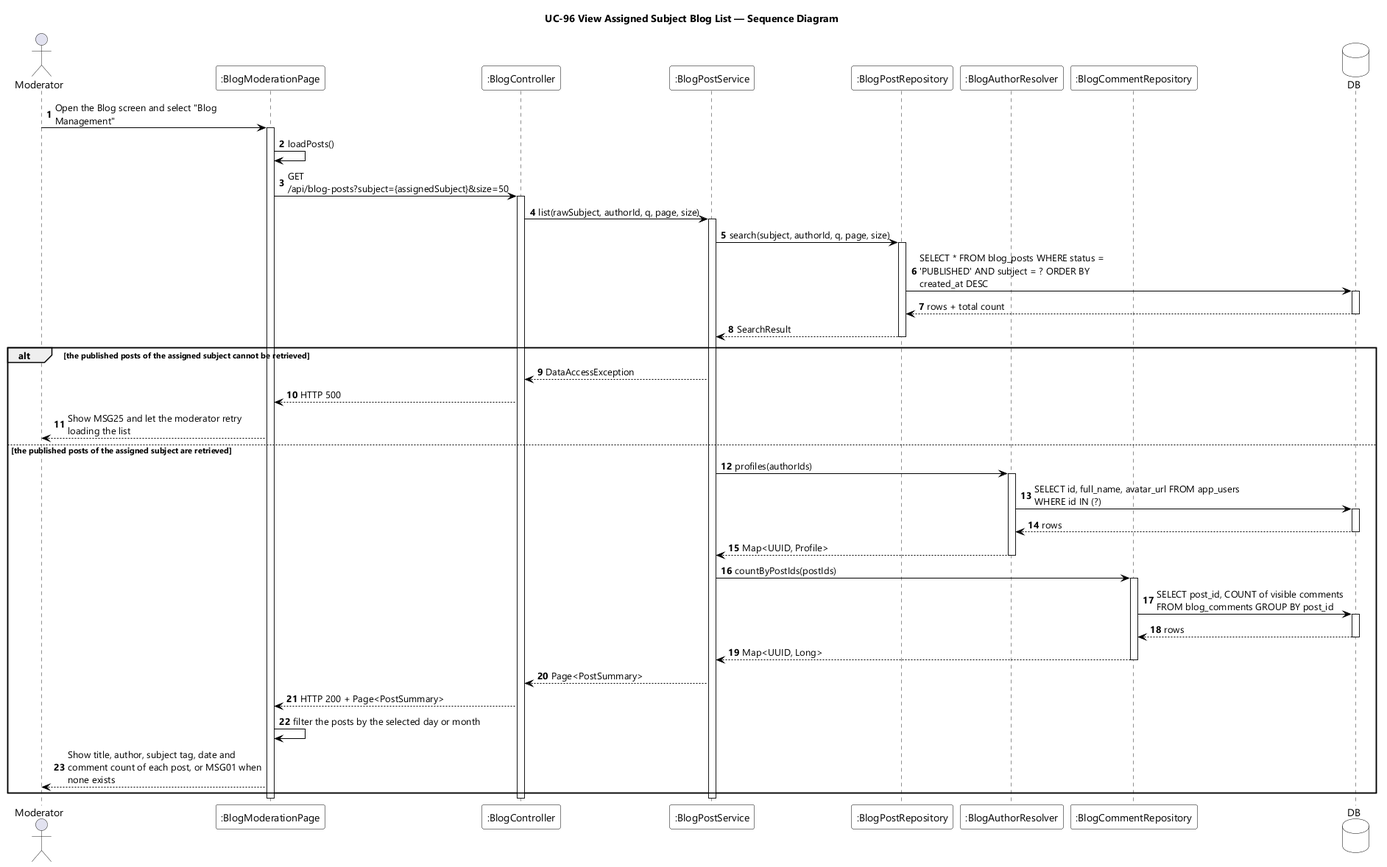
This is designs/sds-diagrams/uc96/uc96-sequence-diagram.png from EduA-system/EduA-system, a PlantUML export, as it was before one commit.
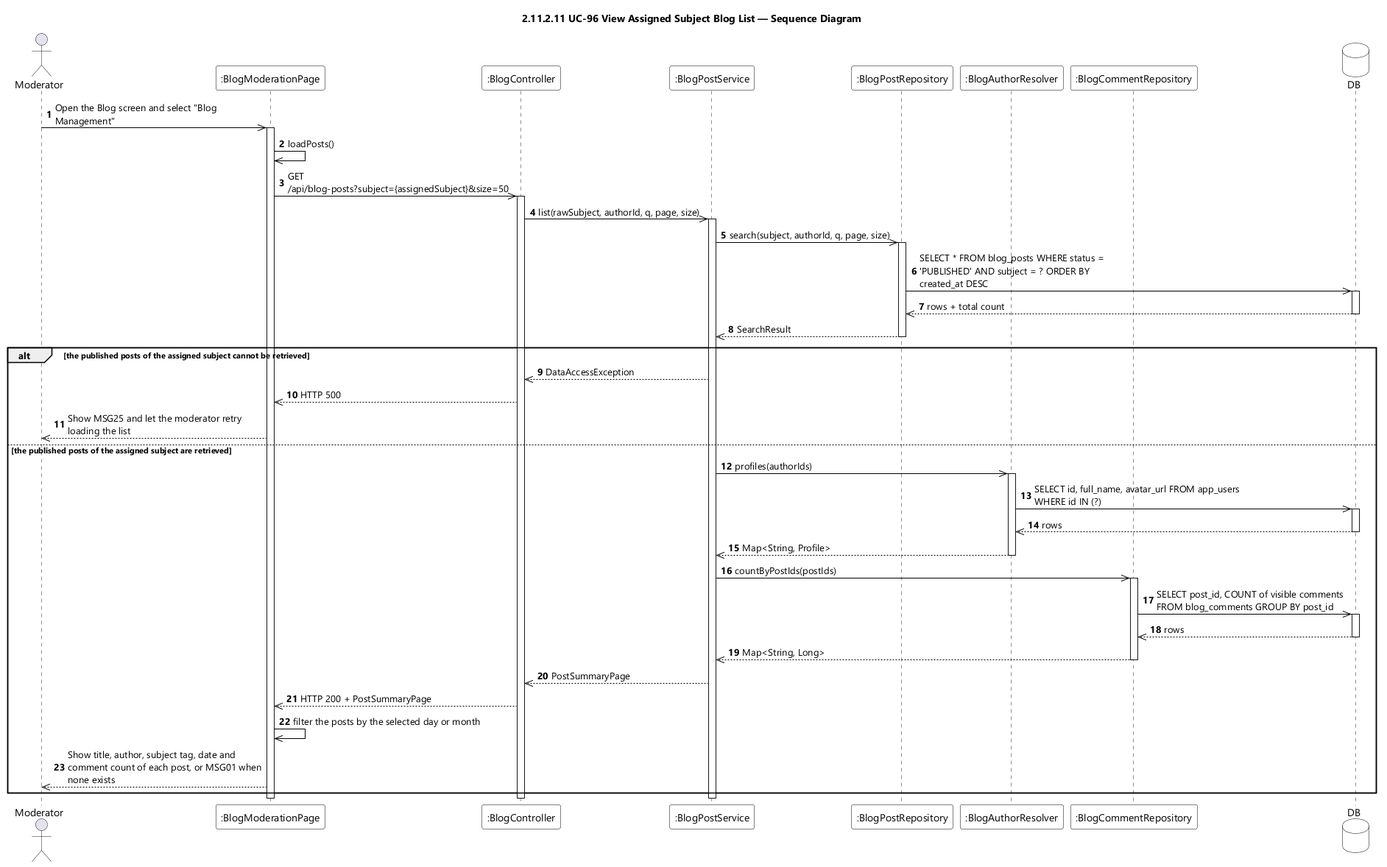
After the commit.

What changed in the source:
```diff
@@ -9,7 +9,7 @@
 skinparam ArrowColor #000000
 skinparam sequenceMessageAlign left
 skinparam maxMessageSize 280
-title UC-96 View Assigned Subject Blog List — Sequence Diagram
+title 2.11.2.11 UC-96 View Assigned Subject Blog List — Sequence Diagram
 
 actor Moderator
 participant ":BlogModerationPage" as UI
@@ -21,51 +21,51 @@
 database DB
 
 autonumber
-Moderator -> UI : Open the Blog screen and select "Blog Management"
+Moderator ->> UI : Open the Blog screen and select "Blog Management"
 activate UI
-UI -> UI : loadPosts()
-UI -> CTL : GET /api/blog-posts?subject={assignedSubject}&size=50
+UI ->> UI : loadPosts()
+UI ->> CTL : GET /api/blog-posts?subject={assignedSubject}&size=50
 activate CTL
-CTL -> SVC : list(rawSubject, authorId, q, page, size)
+CTL ->> SVC : list(rawSubject, authorId, q, page, size)
 activate SVC
 
-SVC -> PREPO : search(subject, authorId, q, page, size)
+SVC ->> PREPO : search(subject, authorId, q, page, size)
 activate PREPO
-PREPO -> DB : SELECT * FROM blog_posts WHERE status = 'PUBLISHED' AND subject = ? ORDER BY created_at DESC
+PREPO ->> DB : SELECT * FROM blog_posts WHERE status = 'PUBLISHED' AND subject = ? ORDER BY created_at DESC
 activate DB
-DB --> PREPO : rows + total count
+DB -->> PREPO : rows + total count
 deactivate DB
-PREPO --> SVC : SearchResult
+PREPO -->> SVC : SearchResult
 deactivate PREPO
 
 alt the published posts of the assigned subject cannot be retrieved
-  SVC --> CTL : DataAccessException
-  CTL --> UI : HTTP 500
-  UI --> Moderator : Show MSG25 and let the moderator retry loading the list
+  SVC -->> CTL : DataAccessException
+  CTL -->> UI : HTTP 500
+  UI -->> Moderator : Show MSG25 and let the moderator retry loading the list
 
 else the published posts of the assigned subject are retrieved
-  SVC -> RES : profiles(authorIds)
+  SVC ->> RES : profiles(authorIds)
   activate RES
-  RES -> DB : SELECT id, full_name, avatar_url FROM app_users WHERE id IN (?)
+  RES ->> DB : SELECT id, full_name, avatar_url FROM app_users WHERE id IN (?)
   activate DB
-  DB --> RES : rows
+  DB -->> RES : rows
   deactivate DB
-  RES --> SVC : Map<UUID, Profile>
+  RES -->> SVC : Map<String, Profile>
   deactivate RES
 
-  SVC -> CREPO : countByPostIds(postIds)
+  SVC ->> CREPO : countByPostIds(postIds)
   activate CREPO
-  CREPO -> DB : SELECT post_id, COUNT of visible comments FROM blog_comments GROUP BY post_id
+  CREPO ->> DB : SELECT post_id, COUNT of visible comments FROM blog_comments GROUP BY post_id
   activate DB
-  DB --> CREPO : rows
+  DB -->> CREPO : rows
   deactivate DB
-  CREPO --> SVC : Map<UUID, Long>
+  CREPO -->> SVC : Map<String, Long>
   deactivate CREPO
 
-  SVC --> CTL : Page<PostSummary>
-  CTL --> UI : HTTP 200 + Page<PostSummary>
-  UI -> UI : filter the posts by the selected day or month
-  UI --> Moderator : Show title, author, subject tag, date and comment count of each post, or MSG01 when none exists
+  SVC -->> CTL : PostSummaryPage
+  CTL -->> UI : HTTP 200 + PostSummaryPage
+  UI ->> UI : filter the posts by the selected day or month
+  UI -->> Moderator : Show title, author, subject tag, date and comment count of each post, or MSG01 when none exists
 end
 
 deactivate SVC
```
